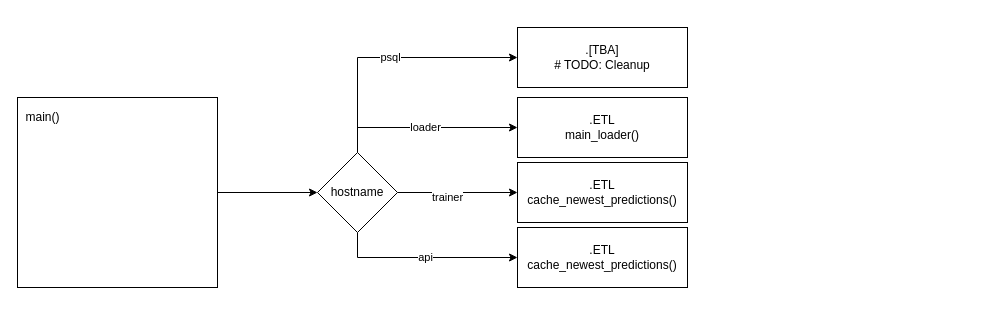
Above: page "exec tree" (9 of 9) of diagrams.drawio in DannyDannyDanny/methodology (draw.io), before the change. Source tidied: cells renumbered, new cells numbered last; positions are measured from the earlier drawing's top-left corner, leaving out a move shared by most shapes. Both pictures are drawn from the tidied source at 100%, with x=0, y=0 at pixel (17, 27).
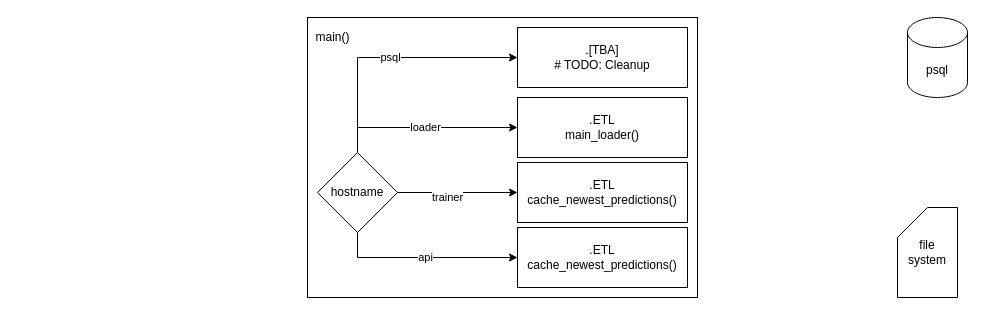
The same diagram, later.

Commit message:
Update exec tree

What changed in the source:
```diff
@@
 <mxGraphModel>
   <root>
     <mxCell id="0" />
     <mxCell id="1" parent="0" />
-    <mxCell id="2" style="edgeStyle=orthogonalEdgeStyle;rounded=0;jettySize=auto;html=1;entryX=0;entryY=0.5;entryDx=0;entryDy=0;" parent="1" edge="1" source="3" target="10">
-      <mxGeometry relative="1" as="geometry" />
-    </mxCell>
     <mxCell id="3" style="rounded=0;whiteSpace=wrap;html=1;" parent="1" vertex="1">
-      <mxGeometry y="70" width="200" height="190" as="geometry" />
+      <mxGeometry x="290" y="-10" width="390" height="280" as="geometry" />
     </mxCell>
     <mxCell id="4" value="main()" style="text;html=1;align=center;verticalAlign=middle;strokeColor=none;" parent="1" vertex="1">
-      <mxGeometry y="80" width="50" height="20" as="geometry" />
+      <mxGeometry x="290" width="50" height="20" as="geometry" />
     </mxCell>
     <mxCell id="5" value="loader" style="edgeStyle=orthogonalEdgeStyle;rounded=0;jettySize=auto;html=1;exitX=0.5;exitY=0;exitDx=0;exitDy=0;" parent="1" edge="1" source="10" target="11">
       <mxGeometry relative="1" as="geometry" />
     </mxCell>
     <mxCell id="6" style="edgeStyle=orthogonalEdgeStyle;rounded=0;jettySize=auto;html=1;entryX=0;entryY=0.5;entryDx=0;entryDy=0;" parent="1" edge="1" source="10" target="12">
       <mxGeometry relative="1" as="geometry" />
     </mxCell>
     <mxCell id="7" value="trainer" style="edgeLabel;html=1;align=center;verticalAlign=middle;" parent="6" vertex="1">
       <mxGeometry x="-0.18" y="-4" relative="1" as="geometry" />
     </mxCell>
-    <mxCell id="8" value="&lt;div&gt;psql&lt;/div&gt;" style="edgeStyle=orthogonalEdgeStyle;rounded=0;jettySize=auto;html=1;exitX=0.5;exitY=0;exitDx=0;exitDy=0;entryX=0;entryY=0.5;entryDx=0;entryDy=0;" parent="1" edge="1" source="10" target="13">
-      <mxGeometry relative="1" as="geometry" />
+    <mxCell id="8" value="&lt;div&gt;psql&lt;/div&gt;" style="edgeStyle=orthogonalEdgeStyle;rounded=0;jettySize=auto;html=1;entryX=0;entryY=0.5;entryDx=0;entryDy=0;startArrow=none;" parent="1" edge="1" source="10" target="13">
+      <mxGeometry relative="1" as="geometry">
+        <Array as="points">
+          <mxPoint x="340" y="30" />
+        </Array>
+      </mxGeometry>
     </mxCell>
     <mxCell id="9" value="api" style="edgeStyle=orthogonalEdgeStyle;rounded=0;jettySize=auto;html=1;exitX=0.5;exitY=1;exitDx=0;exitDy=0;" parent="1" edge="1" source="10" target="14">
       <mxGeometry relative="1" as="geometry" />
     </mxCell>
     <mxCell id="10" value="hostname" style="rhombus;whiteSpace=wrap;html=1;" parent="1" vertex="1">
       <mxGeometry x="300" y="125" width="80" height="80" as="geometry" />
     </mxCell>
     <mxCell id="11" value="&lt;div&gt;.ETL&lt;/div&gt;&lt;div&gt;main_loader()&lt;br&gt;&lt;/div&gt;" style="rounded=0;whiteSpace=wrap;html=1;" parent="1" vertex="1">
       <mxGeometry x="500" y="70" width="170" height="60" as="geometry" />
     </mxCell>
     <mxCell id="12" value="&lt;div&gt;.ETL&lt;/div&gt;&lt;div&gt;cache_newest_predictions()&lt;br&gt;&lt;/div&gt;" style="rounded=0;whiteSpace=wrap;html=1;" parent="1" vertex="1">
       <mxGeometry x="500" y="135" width="170" height="60" as="geometry" />
     </mxCell>
     <mxCell id="13" value="&lt;div&gt;.[TBA]&lt;/div&gt;&lt;div&gt;# TODO: Cleanup&lt;br&gt;&lt;/div&gt;" style="rounded=0;whiteSpace=wrap;html=1;" parent="1" vertex="1">
       <mxGeometry x="500" width="170" height="60" as="geometry" />
     </mxCell>
     <mxCell id="14" value="&lt;div&gt;.ETL&lt;/div&gt;&lt;div&gt;cache_newest_predictions()&lt;br&gt;&lt;/div&gt;" style="rounded=0;whiteSpace=wrap;html=1;" parent="1" vertex="1">
       <mxGeometry x="500" y="200" width="170" height="60" as="geometry" />
     </mxCell>
+    <mxCell id="15" value="psql" style="shape=cylinder3;whiteSpace=wrap;html=1;boundedLbl=1;backgroundOutline=1;size=15;" parent="1" vertex="1">
+      <mxGeometry x="890" y="-10" width="60" height="80" as="geometry" />
+    </mxCell>
+    <mxCell id="16" value="&lt;div&gt;file&lt;/div&gt;&lt;div&gt;system&lt;/div&gt;" style="shape=card;whiteSpace=wrap;html=1;" parent="1" vertex="1">
+      <mxGeometry x="880" y="180" width="60" height="90" as="geometry" />
+    </mxCell>
   </root>
 </mxGraphModel>
```
